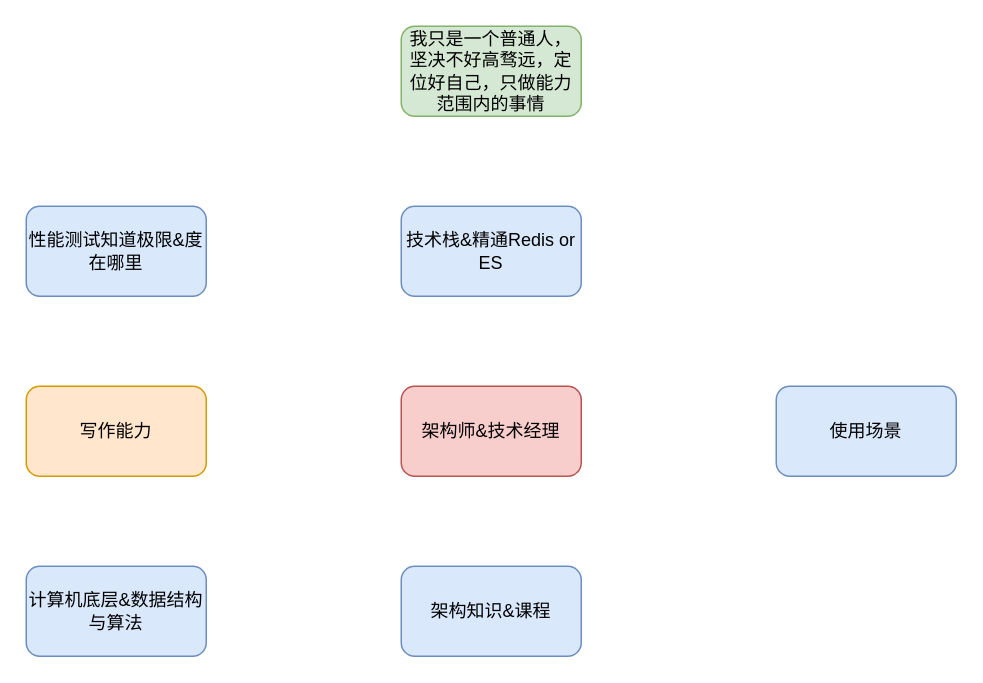
aideepmind/PyCharmWS20170103 keeps this draw.io diagram as Untitled Diagram.drawio. Above is the earlier version. Source tidied: cells renumbered, new cells numbered last; positions are measured from the earlier drawing's top-left corner, leaving out a move shared by most shapes. Both pictures are drawn from the tidied source at 150%, with x=0, y=0 at pixel (26, 26).
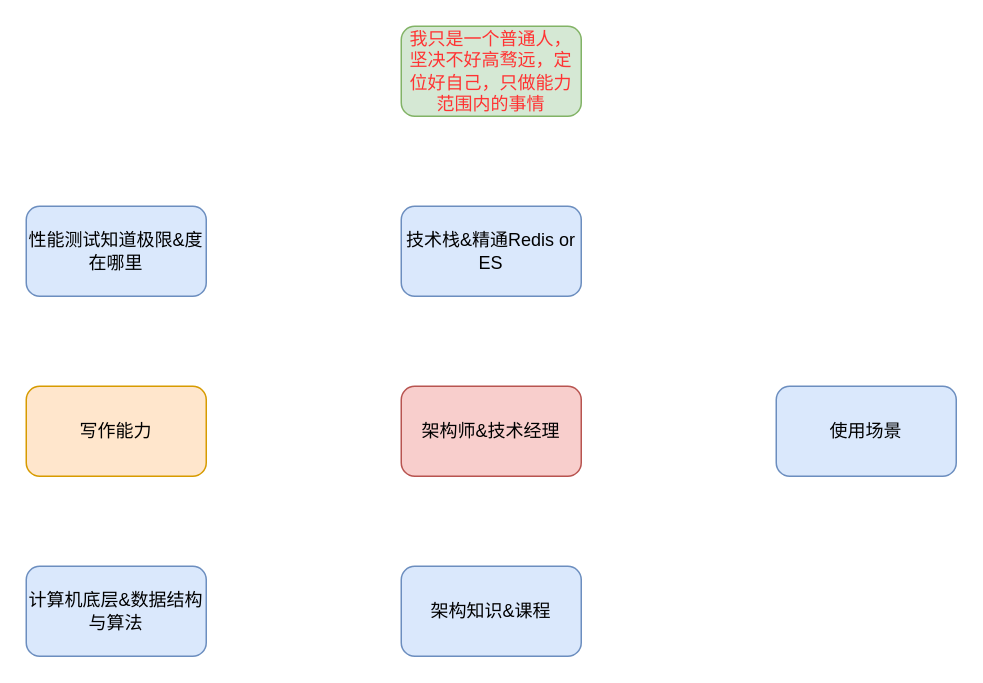
The same diagram, later.

What changed in the source:
```diff
@@
 <mxGraphModel>
   <root>
     <mxCell id="0" />
     <mxCell id="1" parent="0" />
     <mxCell id="2" value="性能测试知道极限&amp;amp;度在哪里" style="rounded=1;whiteSpace=wrap;html=1;fillColor=#dae8fc;strokeColor=#6c8ebf;" parent="1" vertex="1">
       <mxGeometry y="120" width="120" height="60" as="geometry" />
     </mxCell>
     <mxCell id="3" value="写作能力" style="rounded=1;whiteSpace=wrap;html=1;fillColor=#ffe6cc;strokeColor=#d79b00;" parent="1" vertex="1">
       <mxGeometry y="240" width="120" height="60" as="geometry" />
     </mxCell>
     <mxCell id="4" value="计算机底层&amp;amp;数据结构与算法" style="rounded=1;whiteSpace=wrap;html=1;fillColor=#dae8fc;strokeColor=#6c8ebf;" parent="1" vertex="1">
       <mxGeometry y="360" width="120" height="60" as="geometry" />
     </mxCell>
     <mxCell id="5" value="架构师&amp;amp;技术经理" style="rounded=1;whiteSpace=wrap;html=1;fillColor=#f8cecc;strokeColor=#b85450;" parent="1" vertex="1">
       <mxGeometry x="250" y="240" width="120" height="60" as="geometry" />
     </mxCell>
     <mxCell id="6" value="技术栈&amp;amp;精通Redis or ES" style="rounded=1;whiteSpace=wrap;html=1;fillColor=#dae8fc;strokeColor=#6c8ebf;" parent="1" vertex="1">
       <mxGeometry x="250" y="120" width="120" height="60" as="geometry" />
     </mxCell>
     <mxCell id="7" value="架构知识&amp;amp;课程" style="rounded=1;whiteSpace=wrap;html=1;fillColor=#dae8fc;strokeColor=#6c8ebf;" parent="1" vertex="1">
       <mxGeometry x="250" y="360" width="120" height="60" as="geometry" />
     </mxCell>
     <mxCell id="8" value="使用场景" style="rounded=1;whiteSpace=wrap;html=1;fillColor=#dae8fc;strokeColor=#6c8ebf;" parent="1" vertex="1">
       <mxGeometry x="500" y="240" width="120" height="60" as="geometry" />
     </mxCell>
-    <mxCell id="9" value="我只是一个普通人，坚决不好高骛远，定位好自己，只做能力范围内的事情" style="rounded=1;whiteSpace=wrap;html=1;fillColor=#d5e8d4;strokeColor=#82b366;" parent="1" vertex="1">
+    <mxCell id="9" value="我只是一个普通人，坚决不好高骛远，定位好自己，只做能力范围内的事情" style="rounded=1;whiteSpace=wrap;html=1;fillColor=#d5e8d4;strokeColor=#82b366;fontColor=#FF3333;" parent="1" vertex="1">
       <mxGeometry x="250" width="120" height="60" as="geometry" />
     </mxCell>
   </root>
 </mxGraphModel>
```
